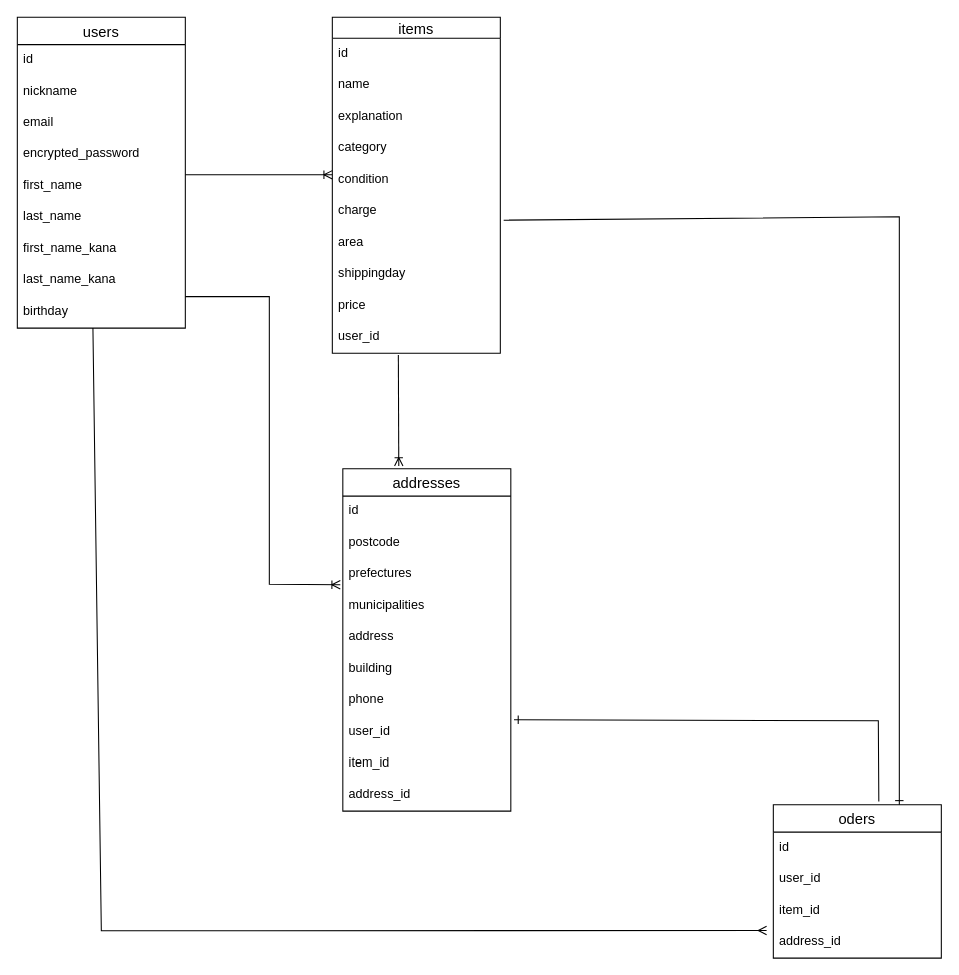
This is er.dio from aaaaasaaaaatech/furima-39332, a draw.io file, before an edit. Source tidied: cells renumbered, new cells numbered last; positions are measured from the earlier drawing's top-left corner, leaving out a move shared by most shapes. Both pictures are drawn from the tidied source at 105%, with x=0, y=0 at pixel (17, 17).
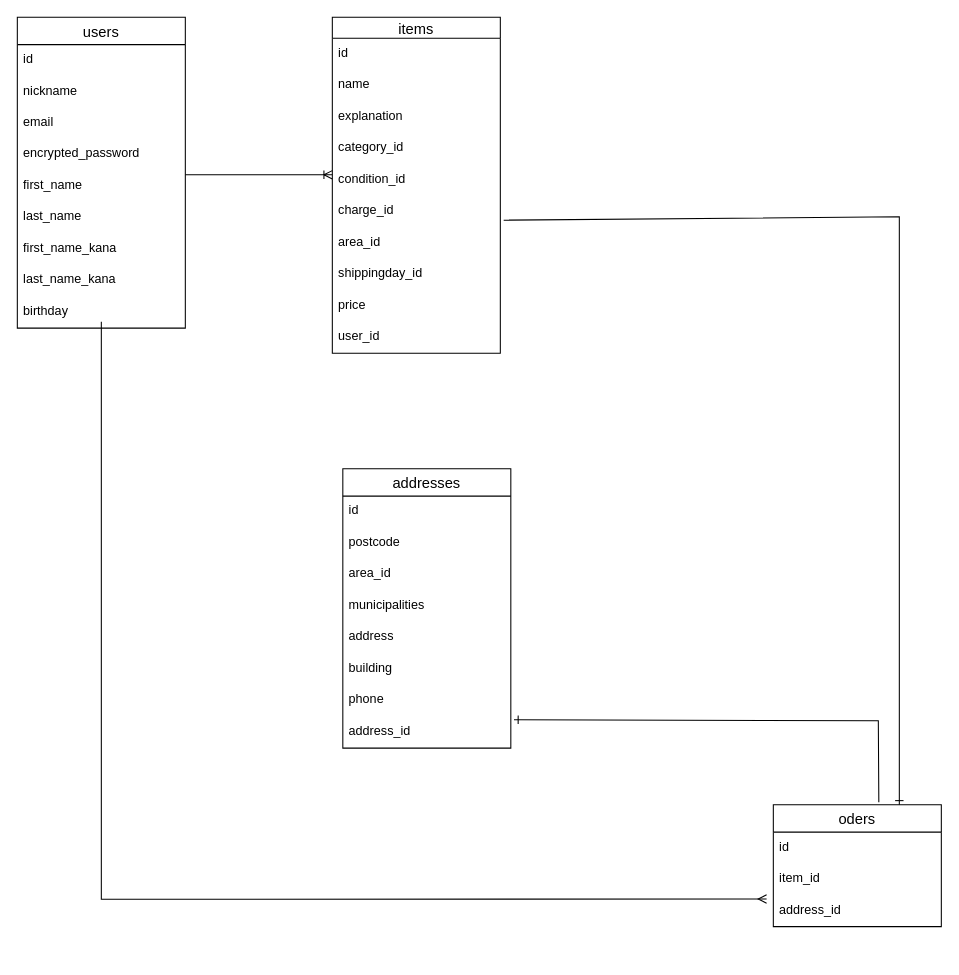
The same diagram, later.

Commit message (it also covers changes not shown here):
データベース設計の修正3

The change refers to these unchanged cells:
```xml
<mxCell id="2" style="group;" parent="1" vertex="1">
  <mxGeometry width="880" height="986" as="geometry" />
</mxCell>
<mxCell id="12" value="birthday" style="text;strokeColor=none;fillColor=none;spacingLeft=4;spacingRight=4;overflow=hidden;points=[[0,0.5],[1,0.5]];portConstraint=eastwest;fontSize=12;" parent="3" vertex="1">
  <mxGeometry y="266" width="160" height="30" as="geometry" />
</mxCell>
<mxCell id="13" value="items" style="swimlane;fontStyle=0;horizontal=1;startSize=20;align=center;fontSize=14;" parent="2" vertex="1">
  <mxGeometry x="300" width="160" height="320" as="geometry" />
</mxCell>
<mxCell id="23" value="user_id" style="text;strokeColor=none;fillColor=none;spacingLeft=4;spacingRight=4;overflow=hidden;points=[[0,0.5],[1,0.5]];portConstraint=eastwest;fontSize=12;" parent="13" vertex="1">
  <mxGeometry y="290" width="160" height="30" as="geometry" />
</mxCell>
```

What changed in the source:
```diff
@@
-    <mxCell id="17" value="category" style="text;strokeColor=none;fillColor=none;spacingLeft=4;spacingRight=4;overflow=hidden;fontSize=12;" parent="13" vertex="1">
+    <mxCell id="17" value="category_id" style="text;strokeColor=none;fillColor=none;spacingLeft=4;spacingRight=4;overflow=hidden;fontSize=12;" parent="13" vertex="1">
       <mxGeometry y="110" width="160" height="30" as="geometry" />
     </mxCell>
-    <mxCell id="18" value="condition" style="text;strokeColor=none;fillColor=none;spacingLeft=4;spacingRight=4;overflow=hidden;fontSize=12;" parent="13" vertex="1">
+    <mxCell id="18" value="condition_id" style="text;strokeColor=none;fillColor=none;spacingLeft=4;spacingRight=4;overflow=hidden;fontSize=12;" parent="13" vertex="1">
       <mxGeometry y="140" width="160" height="30" as="geometry" />
     </mxCell>
-    <mxCell id="19" value="charge" style="text;strokeColor=none;fillColor=none;spacingLeft=4;spacingRight=4;overflow=hidden;fontSize=12;" parent="13" vertex="1">
+    <mxCell id="19" value="charge_id" style="text;strokeColor=none;fillColor=none;spacingLeft=4;spacingRight=4;overflow=hidden;fontSize=12;" parent="13" vertex="1">
       <mxGeometry y="170" width="160" height="30" as="geometry" />
     </mxCell>
-    <mxCell id="20" value="area" style="text;strokeColor=none;fillColor=none;spacingLeft=4;spacingRight=4;overflow=hidden;points=[[0,0.5],[1,0.5]];portConstraint=eastwest;fontSize=12;" parent="13" vertex="1">
+    <mxCell id="20" value="area_id " style="text;strokeColor=none;fillColor=none;spacingLeft=4;spacingRight=4;overflow=hidden;points=[[0,0.5],[1,0.5]];portConstraint=eastwest;fontSize=12;" parent="13" vertex="1">
       <mxGeometry y="200" width="160" height="30" as="geometry" />
     </mxCell>
-    <mxCell id="21" value="shippingday" style="text;strokeColor=none;fillColor=none;spacingLeft=4;spacingRight=4;overflow=hidden;fontSize=12;" parent="13" vertex="1">
+    <mxCell id="21" value="shippingday_id" style="text;strokeColor=none;fillColor=none;spacingLeft=4;spacingRight=4;overflow=hidden;fontSize=12;" parent="13" vertex="1">
       <mxGeometry y="230" width="160" height="30" as="geometry" />
     </mxCell>
@@
     <mxCell id="24" value="oders" style="swimlane;fontStyle=0;horizontal=1;startSize=26;align=center;fontSize=14;" parent="2" vertex="1">
-      <mxGeometry x="720" y="750" width="160" height="146" as="geometry" />
+      <mxGeometry x="720" y="750" width="160" height="116" as="geometry" />
     </mxCell>
@@
-    <mxCell id="26" value="user_id" style="text;strokeColor=none;fillColor=none;spacingLeft=4;spacingRight=4;overflow=hidden;fontSize=12;" parent="24" vertex="1">
-      <mxGeometry y="56" width="160" height="30" as="geometry" />
-    </mxCell>
     <mxCell id="27" value="item_id" style="text;strokeColor=none;fillColor=none;spacingLeft=4;spacingRight=4;overflow=hidden;fontSize=12;" parent="24" vertex="1">
-      <mxGeometry y="86" width="160" height="30" as="geometry" />
+      <mxGeometry y="56" width="160" height="30" as="geometry" />
     </mxCell>
     <mxCell id="28" value="address_id" style="text;strokeColor=none;fillColor=none;spacingLeft=4;spacingRight=4;overflow=hidden;points=[[0,0.5],[1,0.5]];portConstraint=eastwest;fontSize=12;" parent="24" vertex="1">
-      <mxGeometry y="116" width="160" height="30" as="geometry" />
+      <mxGeometry y="86" width="160" height="30" as="geometry" />
     </mxCell>
     <mxCell id="29" value="addresses" style="swimlane;fontStyle=0;horizontal=1;startSize=26;align=center;fontSize=14;" parent="2" vertex="1">
-      <mxGeometry x="310" y="430" width="160" height="326" as="geometry" />
+      <mxGeometry x="310" y="430" width="160" height="266" as="geometry" />
     </mxCell>
@@
-    <mxCell id="32" value="prefectures" style="text;strokeColor=none;fillColor=none;spacingLeft=4;spacingRight=4;overflow=hidden;points=[[0,0.5],[1,0.5]];portConstraint=eastwest;fontSize=12;" parent="29" vertex="1">
+    <mxCell id="32" value="area_id " style="text;strokeColor=none;fillColor=none;spacingLeft=4;spacingRight=4;overflow=hidden;points=[[0,0.5],[1,0.5]];portConstraint=eastwest;fontSize=12;" parent="29" vertex="1">
       <mxGeometry y="86" width="160" height="30" as="geometry" />
     </mxCell>
@@
-    <mxCell id="37" value="user_id" style="text;strokeColor=none;fillColor=none;spacingLeft=4;spacingRight=4;overflow=hidden;points=[[0,0.5],[1,0.5]];portConstraint=eastwest;fontSize=12;" parent="29" vertex="1">
-      <mxGeometry y="236" width="160" height="30" as="geometry" />
-    </mxCell>
-    <mxCell id="38" value="item_id" style="text;strokeColor=none;fillColor=none;spacingLeft=4;spacingRight=4;overflow=hidden;fontSize=12;" parent="29" vertex="1">
-      <mxGeometry y="266" width="160" height="30" as="geometry" />
-    </mxCell>
     <mxCell id="39" value="address_id" style="text;strokeColor=none;fillColor=none;spacingLeft=4;spacingRight=4;overflow=hidden;fontSize=12;" parent="29" vertex="1">
-      <mxGeometry y="296" width="160" height="30" as="geometry" />
+      <mxGeometry y="236" width="160" height="30" as="geometry" />
     </mxCell>
-    <mxCell id="40" style="endArrow=ERmany;html=1;rounded=0;endFill=0;exitX=0.45;exitY=0.995;exitDx=0;exitDy=0;exitPerimeter=0;entryX=-0.04;entryY=0.122;entryDx=0;entryDy=0;entryPerimeter=0;" parent="2" edge="1" source="12" target="28">
+    <mxCell id="40" style="endArrow=ERmany;html=1;rounded=0;endFill=0;entryX=-0.04;entryY=0.122;entryDx=0;entryDy=0;entryPerimeter=0;" parent="2" edge="1" target="28">
       <mxGeometry relative="1" as="geometry">
+        <mxPoint x="80" y="290" as="sourcePoint" />
         <Array as="points">
-          <mxPoint x="80" y="870" />
+          <mxPoint x="80" y="840" />
         </Array>
       </mxGeometry>
     </mxCell>
-    <mxCell id="41" style="endArrow=ERoneToMany;html=1;rounded=0;entryX=0.333;entryY=-0.008;entryDx=0;entryDy=0;entryPerimeter=0;endFill=0;exitX=0.393;exitY=1.052;exitDx=0;exitDy=0;exitPerimeter=0;" parent="2" edge="1" source="23" target="29">
-      <mxGeometry relative="1" as="geometry" />
-    </mxCell>
-    <mxCell id="42" style="endArrow=ERone;html=1;rounded=0;endFill=0;exitX=0.628;exitY=-0.021;exitDx=0;exitDy=0;exitPerimeter=0;entryX=1.019;entryY=0.1;entryDx=0;entryDy=0;entryPerimeter=0;" parent="2" edge="1" source="24" target="37">
+    <mxCell id="42" style="endArrow=ERone;html=1;rounded=0;endFill=0;exitX=0.628;exitY=-0.021;exitDx=0;exitDy=0;exitPerimeter=0;entryX=1.019;entryY=0.1;entryDx=0;entryDy=0;entryPerimeter=0;" parent="2" edge="1" source="24">
       <mxGeometry relative="1" as="geometry">
+        <mxPoint x="473" y="669" as="targetPoint" />
         <Array as="points">
           <mxPoint x="820" y="670" />
         </Array>
       </mxGeometry>
     </mxCell>
@@
-    <mxCell id="44" style="endArrow=ERoneToMany;html=1;rounded=0;entryX=-0.015;entryY=0.813;entryDx=0;entryDy=0;endFill=0;entryPerimeter=0;" parent="2" edge="1" target="32">
-      <mxGeometry relative="1" as="geometry">
-        <mxPoint x="160" y="266" as="sourcePoint" />
-        <Array as="points">
-          <mxPoint x="240" y="266" />
-          <mxPoint x="240" y="540" />
-        </Array>
-      </mxGeometry>
-    </mxCell>
```
